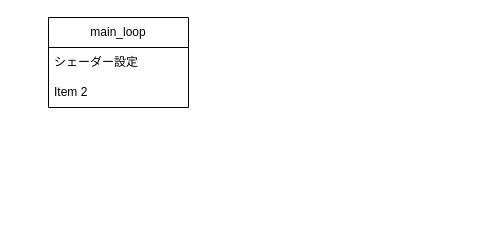
This is Engine/Engine_design.drawio from TamigaYamazaki/GameMadeFrameWorlk_js, a draw.io file, before an edit. Source tidied: cells renumbered, new cells numbered last; positions are measured from the earlier drawing's top-left corner, leaving out a move shared by most shapes. Both pictures are drawn from the tidied source at 100%, with x=0, y=0 at pixel (48, 17).
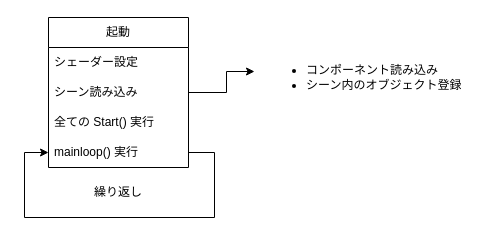
Above is the later version.

Commit message (it also covers changes not shown here):
Engine_design.drawio を更新します

Change to the diagram source:
```diff
@@
 <mxGraphModel>
   <root>
     <mxCell id="0" />
     <mxCell id="1" parent="0" />
-    <mxCell id="2" value="main_loop" style="swimlane;fontStyle=0;horizontal=1;startSize=30;whiteSpace=wrap;html=1;" parent="1" vertex="1">
-      <mxGeometry width="140" height="90" as="geometry" />
+    <mxCell id="2" value="起動" style="swimlane;fontStyle=0;horizontal=1;startSize=30;whiteSpace=wrap;html=1;" parent="1" vertex="1">
+      <mxGeometry width="140" height="150" as="geometry" />
     </mxCell>
     <mxCell id="3" value="シェーダー設定" style="text;strokeColor=none;fillColor=none;align=left;verticalAlign=middle;spacingLeft=4;spacingRight=4;overflow=hidden;whiteSpace=wrap;html=1;" parent="2" vertex="1">
       <mxGeometry y="30" width="140" height="30" as="geometry" />
     </mxCell>
-    <mxCell id="4" value="Item 2" style="text;strokeColor=none;fillColor=none;align=left;verticalAlign=middle;spacingLeft=4;spacingRight=4;overflow=hidden;points=[[0,0.5],[1,0.5]];portConstraint=eastwest;whiteSpace=wrap;html=1;" parent="2" vertex="1">
+    <mxCell id="4" value="シーン読み込み" style="text;strokeColor=none;fillColor=none;align=left;verticalAlign=middle;spacingLeft=4;spacingRight=4;overflow=hidden;points=[[0,0.5],[1,0.5]];portConstraint=eastwest;whiteSpace=wrap;html=1;" parent="2" vertex="1">
       <mxGeometry y="60" width="140" height="30" as="geometry" />
     </mxCell>
+    <mxCell id="5" value="全ての Start() 実行" style="text;strokeColor=none;fillColor=none;align=left;verticalAlign=middle;spacingLeft=4;spacingRight=4;overflow=hidden;whiteSpace=wrap;html=1;" parent="2" vertex="1">
+      <mxGeometry y="90" width="140" height="30" as="geometry" />
+    </mxCell>
+    <mxCell id="6" style="edgeStyle=orthogonalEdgeStyle;rounded=0;orthogonalLoop=1;jettySize=auto;html=1;exitX=1;exitY=0.5;exitDx=0;exitDy=0;entryX=0;entryY=0.5;entryDx=0;entryDy=0;" parent="2" edge="1" source="7" target="7">
+      <mxGeometry relative="1" as="geometry">
+        <Array as="points">
+          <mxPoint x="166" y="135" />
+          <mxPoint x="166" y="200" />
+          <mxPoint x="-24" y="200" />
+          <mxPoint x="-24" y="135" />
+        </Array>
+      </mxGeometry>
+    </mxCell>
+    <mxCell id="7" value="mainloop() 実行" style="text;strokeColor=none;fillColor=none;align=left;verticalAlign=middle;spacingLeft=4;spacingRight=4;overflow=hidden;points=[[0,0.5],[1,0.5]];portConstraint=eastwest;whiteSpace=wrap;html=1;" parent="2" vertex="1">
+      <mxGeometry y="120" width="140" height="30" as="geometry" />
+    </mxCell>
+    <mxCell id="8" value="&lt;ul&gt;&lt;li&gt;コンポーネント読み込み&lt;/li&gt;&lt;li&gt;シーン内のオブジェクト登録&lt;/li&gt;&lt;/ul&gt;" style="text;strokeColor=none;fillColor=none;html=1;whiteSpace=wrap;verticalAlign=middle;overflow=hidden;" parent="1" vertex="1">
+      <mxGeometry x="216" y="20" width="200" height="80" as="geometry" />
+    </mxCell>
+    <mxCell id="9" style="edgeStyle=orthogonalEdgeStyle;rounded=0;jettySize=auto;html=1;exitX=1;exitY=0.5;exitDx=0;exitDy=0;entryX=-0.05;entryY=0.425;entryDx=0;entryDy=0;entryPerimeter=0;" parent="1" edge="1" source="4" target="8">
+      <mxGeometry relative="1" as="geometry" />
+    </mxCell>
+    <mxCell id="10" value="繰り返し" style="text;html=1;strokeColor=none;fillColor=none;align=center;verticalAlign=middle;whiteSpace=wrap;rounded=0;" parent="1" vertex="1">
+      <mxGeometry x="22" y="160" width="96" height="30" as="geometry" />
+    </mxCell>
   </root>
 </mxGraphModel>
```
